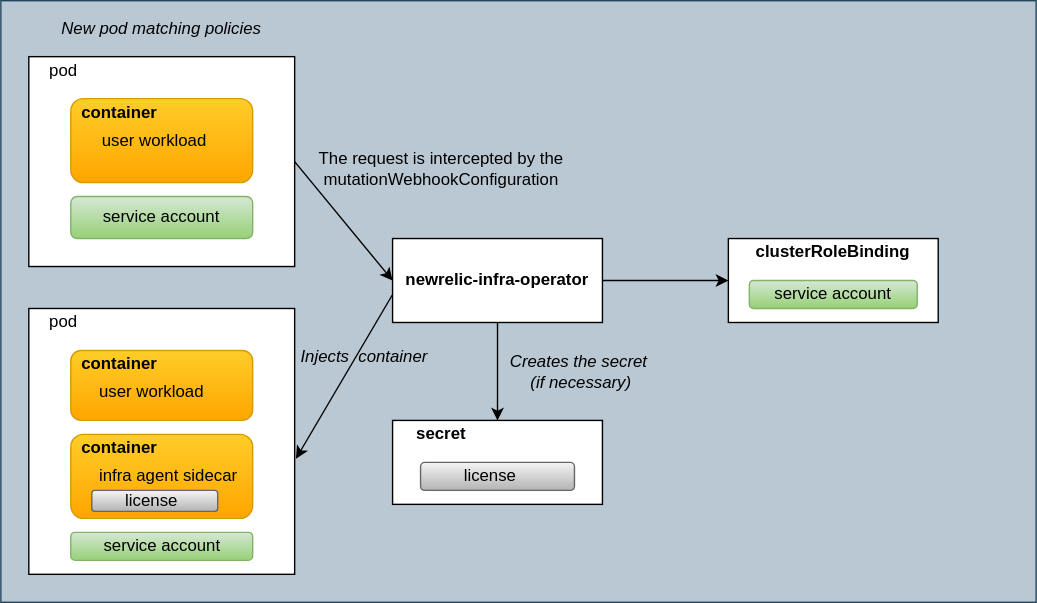
newrelic/docs-website keeps this draw.io diagram as src/content/docs/integrations/kubernetes-integration/installation/images/fargate-workflow.svg. Above is the earlier version. Source tidied: cells renumbered, new cells last; positions are measured from the earlier drawing's top-left corner, leaving out a move shared by most shapes. Source of this version:
```xml
<mxGraphModel>
  <root>
    <mxCell id="0" />
    <mxCell id="1" parent="0" />
    <mxCell id="2" style="rounded=0;whiteSpace=wrap;html=1;fillColor=#bac8d3;strokeColor=#23445d;" parent="1" vertex="1">
      <mxGeometry width="740" height="430" as="geometry" />
    </mxCell>
    <mxCell id="3" style="whiteSpace=wrap;html=1;" parent="1" vertex="1">
      <mxGeometry x="20" y="220" width="190" height="190" as="geometry" />
    </mxCell>
    <mxCell id="4" style="rounded=0;whiteSpace=wrap;html=1;" parent="1" vertex="1">
      <mxGeometry x="280" y="170" width="150" height="60" as="geometry" />
    </mxCell>
    <mxCell id="5" style="rounded=0;whiteSpace=wrap;html=1;" parent="1" vertex="1">
      <mxGeometry x="520" y="170" width="150" height="60" as="geometry" />
    </mxCell>
    <mxCell id="6" style="rounded=0;whiteSpace=wrap;html=1;" parent="1" vertex="1">
      <mxGeometry x="280" y="300" width="150" height="60" as="geometry" />
    </mxCell>
    <mxCell id="7" value="&lt;b&gt;newrelic-infra-operator&lt;/b&gt;" style="text;html=1;strokeColor=none;fillColor=none;align=center;verticalAlign=middle;whiteSpace=wrap;rounded=0;" parent="1" vertex="1">
      <mxGeometry x="280" y="190" width="150" height="20" as="geometry" />
    </mxCell>
    <mxCell id="8" value="&lt;b&gt;clusterRoleBinding&lt;/b&gt;" style="text;html=1;strokeColor=none;fillColor=none;align=center;verticalAlign=middle;whiteSpace=wrap;rounded=0;" parent="1" vertex="1">
      <mxGeometry x="505" y="170" width="180" height="20" as="geometry" />
    </mxCell>
    <mxCell id="9" style="rounded=1;whiteSpace=wrap;html=1;gradientColor=#97d077;fillColor=#d5e8d4;strokeColor=#82b366;" parent="1" vertex="1">
      <mxGeometry x="535" y="200" width="120" height="20" as="geometry" />
    </mxCell>
    <mxCell id="10" value="service account" style="text;html=1;align=center;verticalAlign=middle;whiteSpace=wrap;rounded=0;" parent="1" vertex="1">
      <mxGeometry x="545" y="200" width="100" height="20" as="geometry" />
    </mxCell>
    <mxCell id="11" value="&lt;b&gt;secret&lt;/b&gt;" style="text;html=1;strokeColor=none;fillColor=none;align=center;verticalAlign=middle;whiteSpace=wrap;rounded=0;" parent="1" vertex="1">
      <mxGeometry x="280" y="300" width="70" height="20" as="geometry" />
    </mxCell>
    <mxCell id="12" style="rounded=1;whiteSpace=wrap;html=1;gradientColor=#b3b3b3;fillColor=#f5f5f5;strokeColor=#666666;" parent="1" vertex="1">
      <mxGeometry x="300" y="330" width="110" height="20" as="geometry" />
    </mxCell>
    <mxCell id="13" value="license" style="text;html=1;strokeColor=none;fillColor=none;align=center;verticalAlign=middle;whiteSpace=wrap;rounded=0;" parent="1" vertex="1">
      <mxGeometry x="330" y="330" width="40" height="20" as="geometry" />
    </mxCell>
    <mxCell id="14" value="The request is intercepted by the mutationWebhookConfiguration" style="text;html=1;strokeColor=none;fillColor=none;align=center;verticalAlign=middle;whiteSpace=wrap;rounded=0;" parent="1" vertex="1">
      <mxGeometry x="210" y="100" width="210" height="40" as="geometry" />
    </mxCell>
    <mxCell id="15" value="pod" style="text;html=1;strokeColor=none;fillColor=none;align=center;verticalAlign=middle;whiteSpace=wrap;rounded=0;" parent="1" vertex="1">
      <mxGeometry x="25" y="220" width="40" height="20" as="geometry" />
    </mxCell>
    <mxCell id="16" style="rounded=1;whiteSpace=wrap;html=1;gradientColor=#ffa500;fillColor=#ffcd28;strokeColor=#d79b00;" parent="1" vertex="1">
      <mxGeometry x="50" y="250" width="130" height="50" as="geometry" />
    </mxCell>
    <mxCell id="17" value="&lt;b&gt;container&lt;/b&gt;" style="text;html=1;strokeColor=none;fillColor=none;align=center;verticalAlign=middle;whiteSpace=wrap;rounded=0;" parent="1" vertex="1">
      <mxGeometry x="50" y="250" width="70" height="20" as="geometry" />
    </mxCell>
    <mxCell id="18" value="user workload" style="text;html=1;strokeColor=none;fillColor=none;align=center;verticalAlign=middle;whiteSpace=wrap;rounded=0;" parent="1" vertex="1">
      <mxGeometry x="52.5" y="270" width="110" height="20" as="geometry" />
    </mxCell>
    <mxCell id="19" style="rounded=1;whiteSpace=wrap;html=1;gradientColor=#ffa500;fillColor=#ffcd28;strokeColor=#d79b00;" parent="1" vertex="1">
      <mxGeometry x="50" y="310" width="130" height="60" as="geometry" />
    </mxCell>
    <mxCell id="20" value="&lt;b&gt;container&lt;/b&gt;" style="text;html=1;strokeColor=none;fillColor=none;align=center;verticalAlign=middle;whiteSpace=wrap;rounded=0;" parent="1" vertex="1">
      <mxGeometry x="40" y="310" width="90" height="20" as="geometry" />
    </mxCell>
    <mxCell id="21" value="infra agent sidecar" style="text;html=1;strokeColor=none;fillColor=none;align=center;verticalAlign=middle;whiteSpace=wrap;rounded=0;" parent="1" vertex="1">
      <mxGeometry x="60" y="330" width="120" height="20" as="geometry" />
    </mxCell>
    <mxCell id="22" style="rounded=1;whiteSpace=wrap;html=1;gradientColor=#b3b3b3;fillColor=#f5f5f5;strokeColor=#666666;" parent="1" vertex="1">
      <mxGeometry x="65" y="350" width="90" height="15" as="geometry" />
    </mxCell>
    <mxCell id="23" value="license" style="text;html=1;strokeColor=none;fillColor=none;align=center;verticalAlign=middle;whiteSpace=wrap;rounded=0;" parent="1" vertex="1">
      <mxGeometry x="72.5" y="347.5" width="70" height="20" as="geometry" />
    </mxCell>
    <mxCell id="24" style="endArrow=classic;html=1;exitX=1;exitY=0.5;exitDx=0;exitDy=0;entryX=0;entryY=0.5;entryDx=0;entryDy=0;" parent="1" edge="1" source="7" target="5">
      <mxGeometry relative="1" as="geometry" />
    </mxCell>
    <mxCell id="25" style="endArrow=classic;html=1;entryX=0.5;entryY=0;entryDx=0;entryDy=0;" parent="1" edge="1" target="6">
      <mxGeometry relative="1" as="geometry">
        <mxPoint x="355" y="230" as="sourcePoint" />
      </mxGeometry>
    </mxCell>
    <mxCell id="26" style="endArrow=classic;html=1;entryX=1.005;entryY=0.565;entryDx=0;entryDy=0;entryPerimeter=0;exitX=0;exitY=1;exitDx=0;exitDy=0;" parent="1" edge="1" source="7" target="3">
      <mxGeometry relative="1" as="geometry" />
    </mxCell>
    <mxCell id="27" value="&lt;i&gt;Creates the secret&amp;nbsp;&lt;br&gt;(if necessary)&lt;/i&gt;" style="text;html=1;strokeColor=none;fillColor=none;align=center;verticalAlign=middle;whiteSpace=wrap;rounded=0;" parent="1" vertex="1">
      <mxGeometry x="350" y="250" width="130" height="30" as="geometry" />
    </mxCell>
    <mxCell id="28" value="&lt;i&gt;Injects&amp;nbsp; container&lt;/i&gt;" style="text;html=1;strokeColor=none;fillColor=none;align=center;verticalAlign=middle;whiteSpace=wrap;rounded=0;" parent="1" vertex="1">
      <mxGeometry x="200" y="240" width="120" height="30" as="geometry" />
    </mxCell>
    <mxCell id="29" style="rounded=0;whiteSpace=wrap;html=1;" parent="1" vertex="1">
      <mxGeometry x="20" y="40" width="190" height="150" as="geometry" />
    </mxCell>
    <mxCell id="30" style="rounded=1;whiteSpace=wrap;html=1;gradientColor=#97d077;fillColor=#d5e8d4;strokeColor=#82b366;" parent="1" vertex="1">
      <mxGeometry x="50" y="380" width="130" height="20" as="geometry" />
    </mxCell>
    <mxCell id="31" value="service account" style="text;html=1;align=center;verticalAlign=middle;whiteSpace=wrap;rounded=0;" parent="1" vertex="1">
      <mxGeometry x="52.5" y="380" width="125" height="20" as="geometry" />
    </mxCell>
    <mxCell id="32" style="rounded=1;whiteSpace=wrap;html=1;gradientColor=#97d077;fillColor=#d5e8d4;strokeColor=#82b366;" parent="1" vertex="1">
      <mxGeometry x="50" y="140" width="130" height="30" as="geometry" />
    </mxCell>
    <mxCell id="33" style="rounded=1;whiteSpace=wrap;html=1;fillColor=#ffcd28;strokeColor=#d79b00;gradientColor=#ffa500;" parent="1" vertex="1">
      <mxGeometry x="50" y="70" width="130" height="60" as="geometry" />
    </mxCell>
    <mxCell id="34" value="&lt;b&gt;container&lt;/b&gt;" style="text;html=1;strokeColor=none;fillColor=none;align=center;verticalAlign=middle;whiteSpace=wrap;rounded=0;" parent="1" vertex="1">
      <mxGeometry x="35" y="70" width="100" height="20" as="geometry" />
    </mxCell>
    <mxCell id="35" value="user workload" style="text;html=1;strokeColor=none;fillColor=none;align=center;verticalAlign=middle;whiteSpace=wrap;rounded=0;" parent="1" vertex="1">
      <mxGeometry x="55" y="90" width="110" height="20" as="geometry" />
    </mxCell>
    <mxCell id="36" value="service account" style="text;html=1;strokeColor=none;fillColor=none;align=center;verticalAlign=middle;whiteSpace=wrap;rounded=0;" parent="1" vertex="1">
      <mxGeometry x="60" y="145" width="110" height="20" as="geometry" />
    </mxCell>
    <mxCell id="37" style="endArrow=classic;html=1;exitX=1;exitY=0.5;exitDx=0;exitDy=0;entryX=0;entryY=0.5;entryDx=0;entryDy=0;" parent="1" edge="1" source="29" target="7">
      <mxGeometry relative="1" as="geometry" />
    </mxCell>
    <mxCell id="38" value="&lt;i&gt;New pod matching policies&lt;/i&gt;" style="text;html=1;strokeColor=none;fillColor=none;align=center;verticalAlign=middle;whiteSpace=wrap;rounded=0;" parent="1" vertex="1">
      <mxGeometry x="25" y="10" width="180" height="20" as="geometry" />
    </mxCell>
    <mxCell id="39" value="pod" style="text;html=1;strokeColor=none;fillColor=none;align=center;verticalAlign=middle;whiteSpace=wrap;rounded=0;" parent="1" vertex="1">
      <mxGeometry x="25" y="40" width="40" height="20" as="geometry" />
    </mxCell>
  </root>
</mxGraphModel>
```
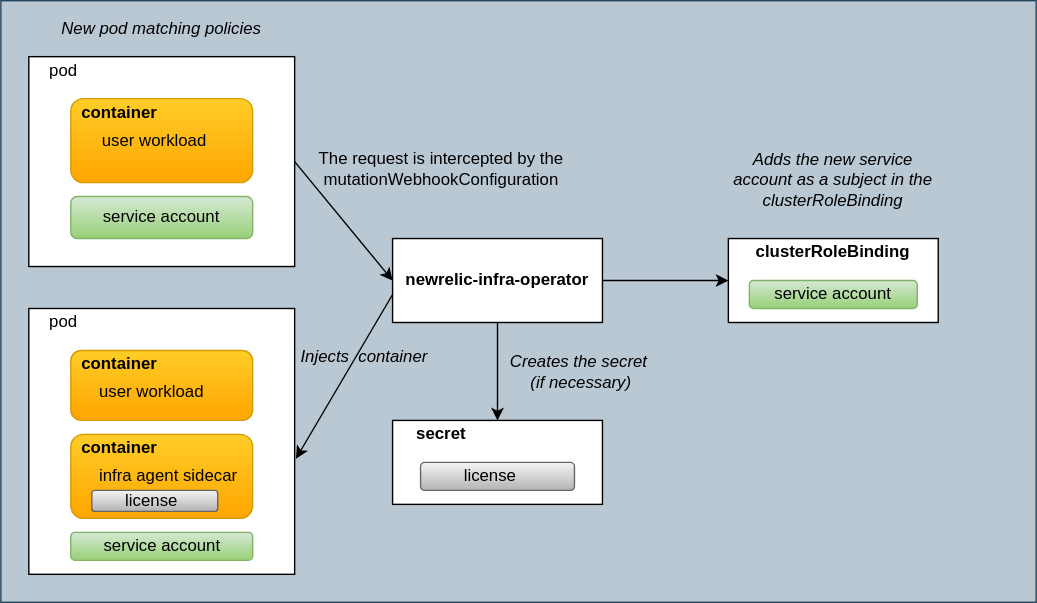
Later version of the same file.

Commit message:
Making changes based on feedback from Paolo.

Change to the diagram source:
```diff
@@ -118,5 +118,8 @@
     <mxCell id="39" value="pod" style="text;html=1;strokeColor=none;fillColor=none;align=center;verticalAlign=middle;whiteSpace=wrap;rounded=0;" parent="1" vertex="1">
       <mxGeometry x="25" y="40" width="40" height="20" as="geometry" />
     </mxCell>
+    <mxCell id="40" value="&lt;i&gt;Adds the new service account as a subject in the clusterRoleBinding&lt;/i&gt;" style="text;html=1;strokeColor=none;fillColor=none;align=center;verticalAlign=middle;whiteSpace=wrap;rounded=0;" parent="1" vertex="1">
+      <mxGeometry x="515" y="110" width="160" height="35" as="geometry" />
+    </mxCell>
   </root>
 </mxGraphModel>
```
